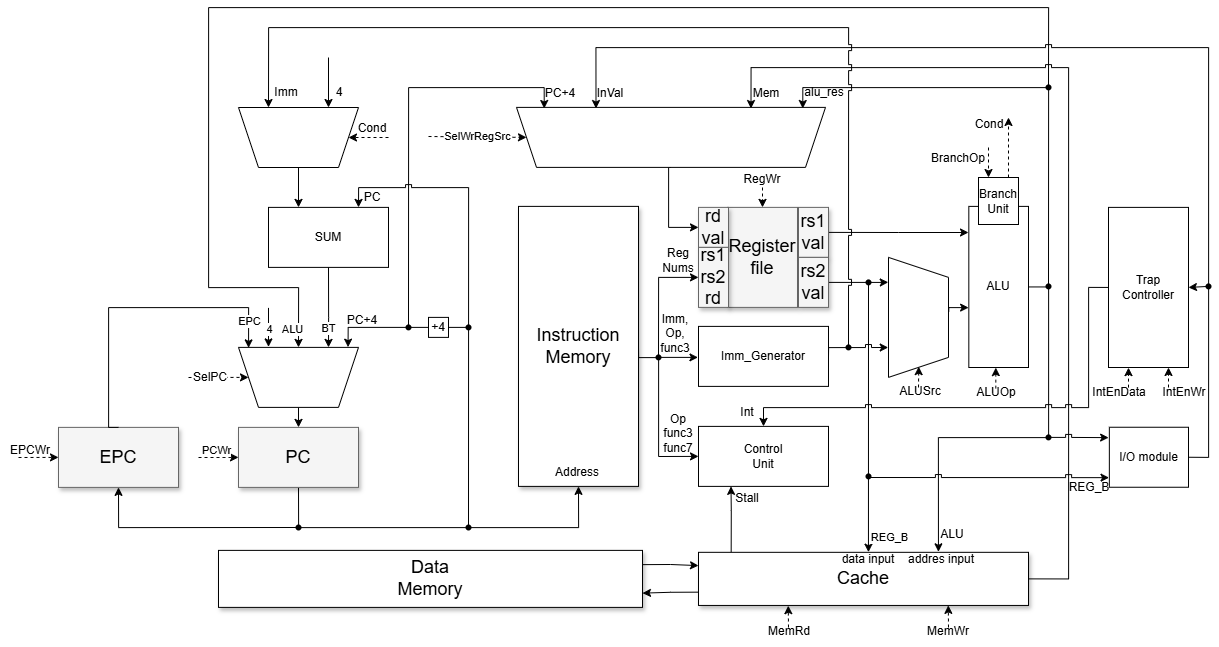
This is DataPath.drawio.png from sircuspelle/cached-harvard-risc-assembler, a draw.io export, as it was before one commit. Source tidied: cells renumbered, new cells last; positions are measured from the earlier drawing's top-left corner, leaving out a move shared by most shapes.
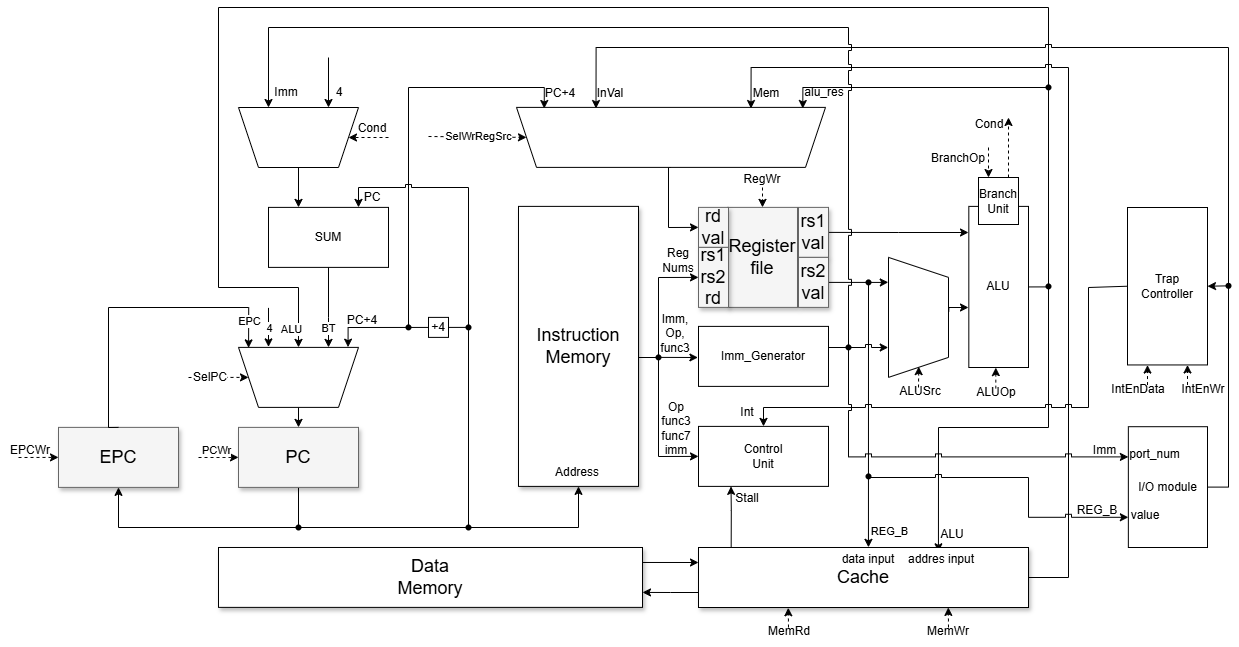
After the commit.

Commit message:
dataoath port mapped io update

The edit, as a diff of the source:
```diff
@@ -50,8 +50,8 @@
       <mxGeometry relative="1" as="geometry">
         <Array as="points">
           <mxPoint x="1048" />
-          <mxPoint x="208" />
-          <mxPoint x="208" y="280" />
+          <mxPoint x="218" />
+          <mxPoint x="218" y="280" />
           <mxPoint x="298" y="280" />
         </Array>
       </mxGeometry>
@@ -74,8 +74,8 @@
       <mxGeometry relative="1" as="geometry">
         <Array as="points">
           <mxPoint x="1048" y="279" />
-          <mxPoint x="1048" y="430" />
-          <mxPoint x="938" y="430" />
+          <mxPoint x="1048" y="420" />
+          <mxPoint x="938" y="420" />
         </Array>
       </mxGeometry>
     </mxCell>
@@ -114,7 +114,7 @@
       <mxGeometry relative="1" as="geometry" />
     </mxCell>
     <mxCell id="22" value="&lt;div&gt;Data&lt;/div&gt;Memory" style="whiteSpace=wrap;html=1;shadow=1;fontSize=18;direction=south;" parent="1" vertex="1">
-      <mxGeometry x="218" y="542.9" width="424" height="57" as="geometry" />
+      <mxGeometry x="218" y="540" width="424" height="59.9" as="geometry" />
     </mxCell>
     <mxCell id="23" style="edgeStyle=orthogonalEdgeStyle;rounded=0;jettySize=auto;html=1;exitX=0.5;exitY=0;exitDx=0;exitDy=0;entryX=0.75;entryY=0;entryDx=0;entryDy=0;jumpStyle=sharp;" parent="1" edge="1" source="26">
       <mxGeometry relative="1" as="geometry">
@@ -139,20 +139,20 @@
       </mxGeometry>
     </mxCell>
     <mxCell id="26" value="Cache" style="whiteSpace=wrap;html=1;shadow=1;fontSize=18;direction=south;" parent="1" vertex="1">
-      <mxGeometry x="698" y="544.8" width="330" height="53.1" as="geometry" />
+      <mxGeometry x="698" y="540" width="330" height="60" as="geometry" />
     </mxCell>
     <mxCell id="27" style="edgeStyle=orthogonalEdgeStyle;rounded=0;jettySize=auto;html=1;entryX=0.25;entryY=0;entryDx=0;entryDy=0;jumpStyle=sharp;exitX=1;exitY=0.5;exitDx=0;exitDy=0;" parent="1" edge="1" source="28">
       <mxGeometry relative="1" as="geometry">
         <mxPoint x="595.5" y="101" as="targetPoint" />
         <Array as="points">
-          <mxPoint x="1208" y="450" />
-          <mxPoint x="1208" y="40" />
+          <mxPoint x="1228" y="480" />
+          <mxPoint x="1228" y="40" />
           <mxPoint x="596" y="40" />
         </Array>
       </mxGeometry>
     </mxCell>
     <mxCell id="28" value="I/O module" style="rounded=0;whiteSpace=wrap;html=1;rotation=0;" parent="1" vertex="1">
-      <mxGeometry x="1108.8" y="419.8" width="79.2" height="60" as="geometry" />
+      <mxGeometry x="1127.8" y="419.2" width="79.2" height="120.8" as="geometry" />
     </mxCell>
     <mxCell id="29" style="edgeStyle=orthogonalEdgeStyle;rounded=0;jettySize=auto;html=1;exitX=0.5;exitY=1;exitDx=0;exitDy=0;entryX=0.5;entryY=0;entryDx=0;entryDy=0;jumpStyle=sharp;" parent="1" edge="1" source="30" target="17">
       <mxGeometry relative="1" as="geometry">
@@ -164,7 +164,7 @@
       </mxGeometry>
     </mxCell>
     <mxCell id="30" value="Trap Controller" style="rounded=0;whiteSpace=wrap;html=1;direction=south;" parent="1" vertex="1">
-      <mxGeometry x="1108" y="199.9" width="80" height="160.1" as="geometry" />
+      <mxGeometry x="1127" y="200" width="80" height="157.4" as="geometry" />
     </mxCell>
     <mxCell id="31" style="edgeStyle=orthogonalEdgeStyle;rounded=0;jettySize=auto;html=1;exitX=0.5;exitY=0;exitDx=0;exitDy=0;jumpStyle=sharp;entryX=0;entryY=0.5;entryDx=0;entryDy=0;" parent="1" edge="1" source="118" target="74">
       <mxGeometry relative="1" as="geometry">
@@ -271,26 +271,25 @@
     <mxCell id="50" style="shape=waypoint;sketch=0;size=6;points=[];fillColor=none;perimeter=centerPerimeter;snapToPoint=1;" parent="1" vertex="1">
       <mxGeometry x="1038" y="69.9" width="20" height="20" as="geometry" />
     </mxCell>
-    <mxCell id="51" style="edgeStyle=orthogonalEdgeStyle;rounded=0;jettySize=auto;html=1;jumpStyle=sharp;entryX=-0.004;entryY=0.84;entryDx=0;entryDy=0;entryPerimeter=0;" parent="1" edge="1" target="28">
+    <mxCell id="51" style="edgeStyle=orthogonalEdgeStyle;rounded=0;jettySize=auto;html=1;jumpStyle=sharp;entryX=0;entryY=0.75;entryDx=0;entryDy=0;" parent="1" edge="1" target="28">
       <mxGeometry relative="1" as="geometry">
         <mxPoint x="868" y="470" as="sourcePoint" />
+        <Array as="points">
+          <mxPoint x="1028" y="470" />
+          <mxPoint x="1028" y="510" />
+        </Array>
       </mxGeometry>
     </mxCell>
     <mxCell id="52" style="shape=waypoint;sketch=0;size=6;fillColor=none;perimeter=centerPerimeter;" parent="1" vertex="1">
       <mxGeometry x="858" y="458.9" width="20" height="20" as="geometry" />
     </mxCell>
-    <mxCell id="53" style="edgeStyle=orthogonalEdgeStyle;rounded=0;orthogonalLoop=1;jettySize=auto;html=1;jumpStyle=sharp;" parent="1" edge="1">
+    <mxCell id="53" style="edgeStyle=orthogonalEdgeStyle;rounded=0;jettySize=auto;html=1;jumpStyle=sharp;entryX=0;entryY=0.25;entryDx=0;entryDy=0;" parent="1" edge="1" source="66" target="28">
       <mxGeometry relative="1" as="geometry">
-        <mxPoint x="1048" y="429.9" as="sourcePoint" />
-        <mxPoint x="1108" y="430" as="targetPoint" />
         <Array as="points">
-          <mxPoint x="1108" y="430" />
+          <mxPoint x="848" y="449" />
         </Array>
       </mxGeometry>
     </mxCell>
-    <mxCell id="54" style="shape=waypoint;sketch=0;size=6;fillColor=none;perimeter=centerPerimeter;" parent="1" vertex="1">
-      <mxGeometry x="1038" y="419.9" width="20" height="20" as="geometry" />
-    </mxCell>
     <mxCell id="55" value="SelWrRegSrc" style="edgeStyle=none;jettySize=auto;html=1;rounded=0;dashed=1;entryX=1;entryY=0.5;entryDx=0;entryDy=0;" parent="1" edge="1" target="118">
       <mxGeometry relative="1" as="geometry">
         <mxPoint x="428" y="129" as="sourcePoint" />
@@ -298,8 +297,8 @@
     </mxCell>
     <mxCell id="56" style="edgeStyle=none;orthogonalLoop=1;jettySize=auto;html=1;rounded=0;entryX=1;entryY=0.5;entryDx=0;entryDy=0;dashed=1;" parent="1" edge="1">
       <mxGeometry relative="1" as="geometry">
-        <mxPoint x="1168" y="380" as="sourcePoint" />
-        <mxPoint x="1168" y="360" as="targetPoint" />
+        <mxPoint x="1187" y="377.5" as="sourcePoint" />
+        <mxPoint x="1187" y="357.5" as="targetPoint" />
       </mxGeometry>
     </mxCell>
     <mxCell id="57" value="&lt;span style=&quot;background-color: light-dark(#ffffff, var(--ge-dark-color, #121212));&quot;&gt;SelPC&lt;/span&gt;" style="text;html=1;whiteSpace=wrap;strokeColor=none;fillColor=none;align=center;verticalAlign=middle;rounded=0;" parent="1" vertex="1">
@@ -309,17 +308,17 @@
       <mxGeometry x="547" y="449.9" width="60" height="30" as="geometry" />
     </mxCell>
     <mxCell id="59" value="IntEnWr" style="text;html=1;whiteSpace=wrap;strokeColor=none;fillColor=none;align=center;verticalAlign=middle;rounded=0;" parent="1" vertex="1">
-      <mxGeometry x="1154" y="369.9" width="60" height="30" as="geometry" />
+      <mxGeometry x="1173" y="367.3" width="60" height="30" as="geometry" />
     </mxCell>
     <mxCell id="60" style="edgeStyle=orthogonalEdgeStyle;rounded=0;jettySize=auto;html=1;entryX=0.5;entryY=0;entryDx=0;entryDy=0;" parent="1" edge="1" source="61" target="30">
       <mxGeometry relative="1" as="geometry">
         <Array as="points">
-          <mxPoint x="1208" y="280" />
+          <mxPoint x="1227" y="277.4" />
         </Array>
       </mxGeometry>
     </mxCell>
     <mxCell id="61" style="shape=waypoint;sketch=0;size=6;points=[];fillColor=none;perimeter=centerPerimeter;snapToPoint=1;" parent="1" vertex="1">
-      <mxGeometry x="1198" y="268.9" width="20" height="20" as="geometry" />
+      <mxGeometry x="1218" y="268.3" width="20" height="20" as="geometry" />
     </mxCell>
     <mxCell id="62" value="Stall" style="text;html=1;whiteSpace=wrap;strokeColor=none;fillColor=none;align=center;verticalAlign=middle;rounded=0;" parent="1" vertex="1">
       <mxGeometry x="717" y="475.9" width="60" height="30" as="geometry" />
@@ -409,8 +408,8 @@
     <mxCell id="85" value="Imm,&lt;div&gt;Op,&lt;/div&gt;&lt;div&gt;func3&lt;/div&gt;" style="text;html=1;whiteSpace=wrap;strokeColor=none;fillColor=none;align=center;verticalAlign=middle;rounded=0;" parent="1" vertex="1">
       <mxGeometry x="645" y="310.9" width="60" height="30" as="geometry" />
     </mxCell>
-    <mxCell id="86" value="Op&lt;div&gt;func3&lt;/div&gt;&lt;div&gt;func7&lt;/div&gt;" style="text;html=1;whiteSpace=wrap;strokeColor=none;fillColor=none;align=center;verticalAlign=middle;rounded=0;" parent="1" vertex="1">
-      <mxGeometry x="648" y="410.9" width="60" height="30" as="geometry" />
+    <mxCell id="86" value="Op&lt;div&gt;func3&lt;/div&gt;&lt;div&gt;func7&lt;/div&gt;&lt;div&gt;imm&lt;/div&gt;" style="text;html=1;whiteSpace=wrap;strokeColor=none;fillColor=none;align=center;verticalAlign=middle;rounded=0;" parent="1" vertex="1">
+      <mxGeometry x="646" y="405.9" width="60" height="30" as="geometry" />
     </mxCell>
     <mxCell id="87" value="Int" style="text;html=1;whiteSpace=wrap;strokeColor=none;fillColor=none;align=center;verticalAlign=middle;rounded=0;" parent="1" vertex="1">
       <mxGeometry x="717" y="389.9" width="60" height="30" as="geometry" />
@@ -437,12 +436,12 @@
     </mxCell>
     <mxCell id="94" style="edgeStyle=none;orthogonalLoop=1;jettySize=auto;html=1;rounded=0;entryX=1;entryY=0.5;entryDx=0;entryDy=0;dashed=1;" parent="1" edge="1">
       <mxGeometry relative="1" as="geometry">
-        <mxPoint x="1128" y="380.1" as="sourcePoint" />
-        <mxPoint x="1128" y="360.1" as="targetPoint" />
+        <mxPoint x="1147" y="377.6" as="sourcePoint" />
+        <mxPoint x="1147" y="357.6" as="targetPoint" />
       </mxGeometry>
     </mxCell>
     <mxCell id="95" value="IntEnData" style="text;html=1;whiteSpace=wrap;strokeColor=none;fillColor=none;align=center;verticalAlign=middle;rounded=0;" parent="1" vertex="1">
-      <mxGeometry x="1101" y="370" width="36" height="30" as="geometry" />
+      <mxGeometry x="1120" y="367.5" width="36" height="30" as="geometry" />
     </mxCell>
     <mxCell id="96" style="edgeStyle=orthogonalEdgeStyle;rounded=0;jettySize=auto;html=1;exitX=0.5;exitY=0;exitDx=0;exitDy=0;entryX=0.25;entryY=0;entryDx=0;entryDy=0;" parent="1" edge="1" source="97" target="33">
       <mxGeometry relative="1" as="geometry" />
@@ -467,7 +466,7 @@
       <mxGeometry x="978" y="170" width="40" height="47" as="geometry" />
     </mxCell>
     <mxCell id="102" value="REG_B" style="text;html=1;whiteSpace=wrap;strokeColor=none;fillColor=none;align=center;verticalAlign=middle;rounded=0;" parent="1" vertex="1">
-      <mxGeometry x="1059" y="465" width="60" height="30" as="geometry" />
+      <mxGeometry x="1073" y="495.9" width="48" height="15" as="geometry" />
     </mxCell>
     <mxCell id="103" style="edgeStyle=none;orthogonalLoop=1;jettySize=auto;html=1;rounded=0;entryX=0;entryY=0.5;entryDx=0;entryDy=0;dashed=1;" parent="1" edge="1">
       <mxGeometry relative="1" as="geometry">
@@ -524,5 +523,14 @@
     <mxCell id="118" style="shape=trapezoid;perimeter=trapezoidPerimeter;whiteSpace=wrap;html=1;fixedSize=1;rotation=-180;" parent="1" vertex="1">
       <mxGeometry x="516" y="99.9" width="309" height="60" as="geometry" />
     </mxCell>
+    <mxCell id="119" value="Imm" style="text;html=1;whiteSpace=wrap;strokeColor=none;fillColor=none;align=center;verticalAlign=middle;rounded=0;" parent="1" vertex="1">
+      <mxGeometry x="1091" y="438" width="27" height="10" as="geometry" />
+    </mxCell>
+    <mxCell id="120" value="port_num" style="text;html=1;whiteSpace=wrap;strokeColor=none;fillColor=none;align=center;verticalAlign=middle;rounded=0;" parent="1" vertex="1">
+      <mxGeometry x="1130.8" y="442" width="47" height="10.9" as="geometry" />
+    </mxCell>
+    <mxCell id="121" value="value" style="text;html=1;whiteSpace=wrap;strokeColor=none;fillColor=none;align=center;verticalAlign=middle;rounded=0;" parent="1" vertex="1">
+      <mxGeometry x="1128.8" y="502.7" width="32" height="10.4" as="geometry" />
+    </mxCell>
   </root>
 </mxGraphModel>
```
